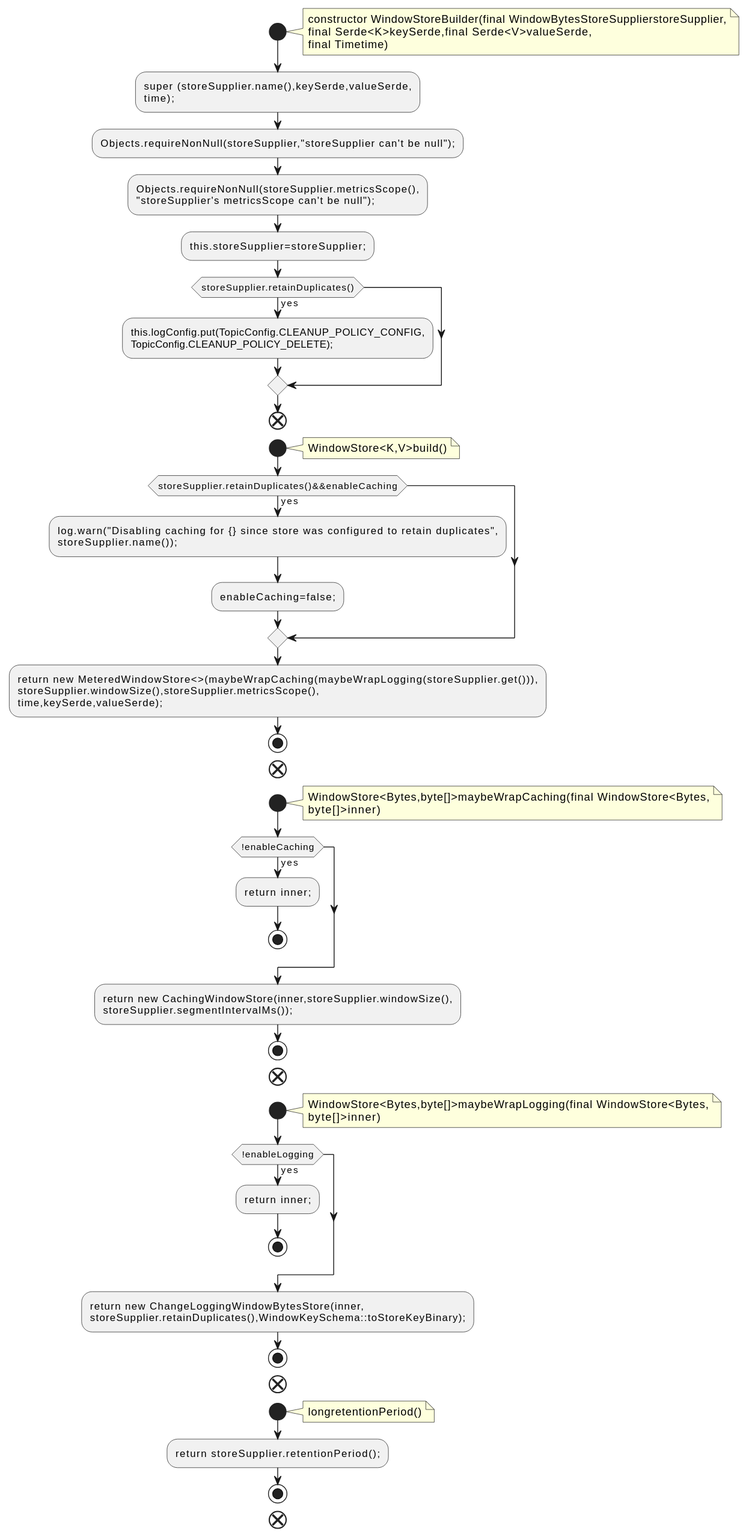
The PlantUML diagram docs/qc/streams/src/main/java/org/apache/kafka/streams/state/internals/WindowStoreBuilder.java.fct.svg in qualitesys/kafka, before a commit.
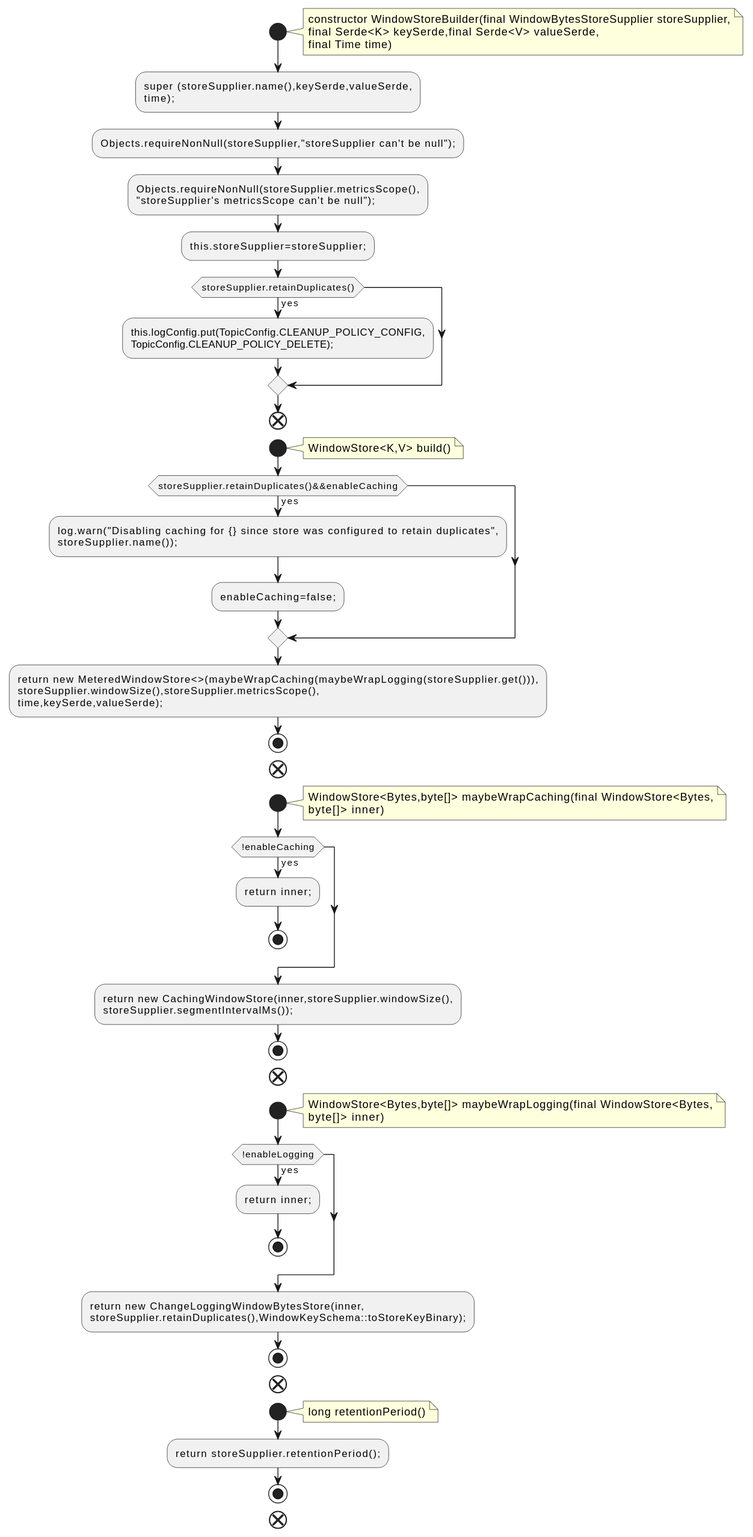
The same diagram one commit later.

What changed in the source:
```diff
@@ -2,9 +2,9 @@
 !pragma layout smetana
 start
 note right
-constructor WindowStoreBuilder(final WindowBytesStoreSupplierstoreSupplier,
-final Serde<K>keySerde,final Serde<V>valueSerde,
-final Timetime)
+constructor WindowStoreBuilder(final WindowBytesStoreSupplier storeSupplier,
+final Serde<K> keySerde,final Serde<V> valueSerde,
+final Time time)
 end note
 :super (storeSupplier.name(),keySerde,valueSerde,
 time);;
@@ -19,7 +19,7 @@
 end
 start
 note right
-WindowStore<K,V>build()
+WindowStore<K,V> build()
 end note
 if (storeSupplier.retainDuplicates()&&enableCaching) then (yes)
 :log.warn("Disabling caching for {} since store was configured to retain duplicates",
@@ -33,8 +33,8 @@
 end
 start
 note right
-WindowStore<Bytes,byte[]>maybeWrapCaching(final WindowStore<Bytes,
-byte[]>inner)
+WindowStore<Bytes,byte[]> maybeWrapCaching(final WindowStore<Bytes,
+byte[]> inner)
 end note
 if (!enableCaching) then (yes)
 :return inner;;
@@ -46,8 +46,8 @@
 end
 start
 note right
-WindowStore<Bytes,byte[]>maybeWrapLogging(final WindowStore<Bytes,
-byte[]>inner)
+WindowStore<Bytes,byte[]> maybeWrapLogging(final WindowStore<Bytes,
+byte[]> inner)
 end note
 if (!enableLogging) then (yes)
 :return inner;;
@@ -59,7 +59,7 @@
 end
 start
 note right
-longretentionPeriod()
+long retentionPeriod()
 end note
 :return storeSupplier.retentionPeriod();;
 stop
```
